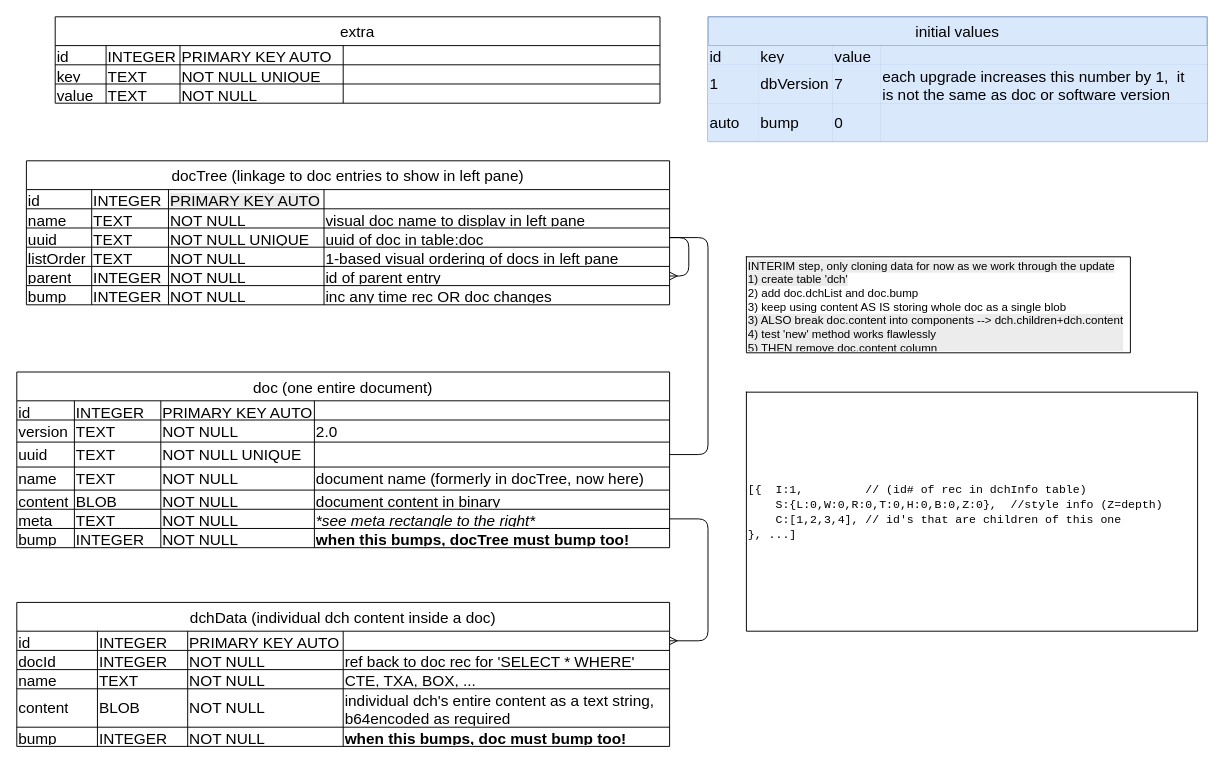
Above: extra/docs/Database_backend-V0006-0007(interim).drawio in Malendryn/JotLiner (draw.io), before the change. Source tidied: cells renumbered, new cells numbered last; positions are measured from the earlier drawing's top-left corner, leaving out a move shared by most shapes. Both pictures are drawn from the tidied source at 96%, with x=0, y=0 at pixel (16, 16).
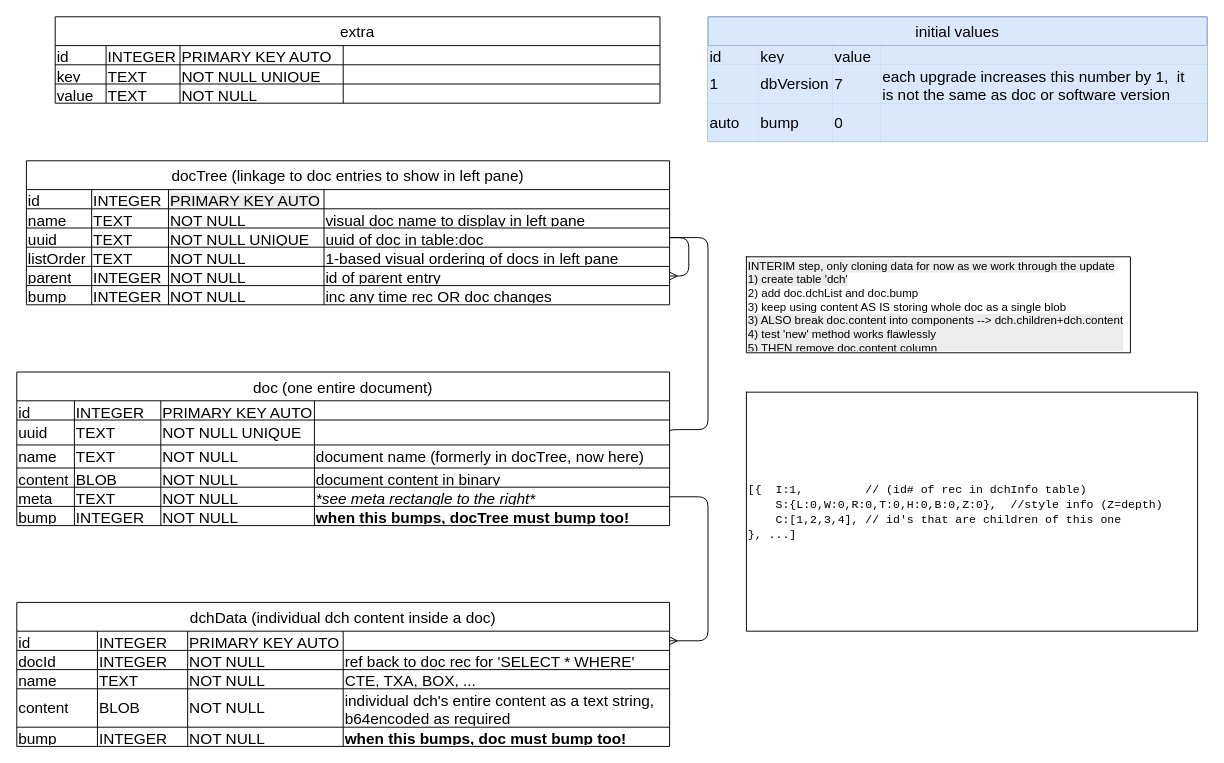
The same diagram, later.

Commit message (it also covers changes not shown here):
dropped column 'version' from doc table

Unchanged cells that the change refers to:
```xml
<mxCell id="65" style="shape=tableRow;horizontal=0;startSize=0;swimlaneHead=0;swimlaneBody=0;strokeColor=inherit;top=0;left=0;bottom=0;right=0;fillColor=none;points=[[0,0.5],[1,0.5]];portConstraint=eastwest;fontSize=16;align=left;" parent="54" vertex="1">
  <mxGeometry y="70" width="670" height="20" as="geometry" />
</mxCell>
<mxCell id="103" style="shape=tableRow;horizontal=0;startSize=0;swimlaneHead=0;swimlaneBody=0;strokeColor=inherit;top=0;left=0;bottom=0;right=0;fillColor=none;points=[[0,0.5],[1,0.5]];portConstraint=eastwest;fontSize=16;align=left;" parent="102" vertex="1">
  <mxGeometry y="30" width="680" height="20" as="geometry" />
</mxCell>
```

What changed in the source:
```diff
@@
     <mxCell id="18" value="doc (one entire document)" style="shape=table;startSize=30;childLayout=tableLayout;strokeColor=default;fontSize=16;align=center;" parent="1" vertex="1">
-      <mxGeometry y="370" width="680" height="183" as="geometry" />
+      <mxGeometry y="370" width="680" height="160" as="geometry" />
     </mxCell>
@@
-    <mxCell id="24" style="shape=tableRow;horizontal=0;startSize=0;swimlaneHead=0;swimlaneBody=0;strokeColor=inherit;top=0;left=0;bottom=0;right=0;fillColor=none;fontSize=16;align=left;" parent="18" vertex="1">
-      <mxGeometry y="50" width="680" height="23" as="geometry" />
-    </mxCell>
-    <mxCell id="25" value="version" style="shape=partialRectangle;html=1;strokeColor=inherit;overflow=hidden;fillColor=none;top=0;left=0;bottom=0;right=0;fontSize=16;text-align:right;align=left;" parent="24" vertex="1">
-      <mxGeometry width="60" height="23" as="geometry" />
-    </mxCell>
-    <mxCell id="26" value="TEXT" style="shape=partialRectangle;html=1;strokeColor=inherit;overflow=hidden;fillColor=none;top=0;left=0;bottom=0;right=0;fontSize=16;align=left;" parent="24" vertex="1">
-      <mxGeometry x="60" width="90" height="23" as="geometry" />
-    </mxCell>
-    <mxCell id="27" value="NOT NULL" style="shape=partialRectangle;html=1;strokeColor=inherit;overflow=hidden;fillColor=none;top=0;left=0;bottom=0;right=0;fontSize=16;align=left;" parent="24" vertex="1">
-      <mxGeometry x="150" width="160" height="23" as="geometry" />
-    </mxCell>
-    <mxCell id="28" value="2.0" style="shape=partialRectangle;html=1;strokeColor=inherit;overflow=hidden;fillColor=none;top=0;left=0;bottom=0;right=0;fontSize=16;align=left;" parent="24" vertex="1">
-      <mxGeometry x="310" width="370" height="23" as="geometry" />
-    </mxCell>
     <mxCell id="29" style="shape=tableRow;horizontal=0;startSize=0;swimlaneHead=0;swimlaneBody=0;strokeColor=inherit;top=0;left=0;bottom=0;right=0;fillColor=none;points=[[0,0.5],[1,0.5]];portConstraint=eastwest;fontSize=16;align=left;" parent="18" vertex="1">
-      <mxGeometry y="73" width="680" height="26" as="geometry" />
+      <mxGeometry y="50" width="680" height="26" as="geometry" />
     </mxCell>
@@
     <mxCell id="34" style="shape=tableRow;horizontal=0;startSize=0;swimlaneHead=0;swimlaneBody=0;strokeColor=inherit;top=0;left=0;bottom=0;right=0;fillColor=none;fontSize=16;align=left;" parent="18" vertex="1">
-      <mxGeometry y="99" width="680" height="24" as="geometry" />
+      <mxGeometry y="76" width="680" height="24" as="geometry" />
     </mxCell>
@@
     <mxCell id="39" style="shape=tableRow;horizontal=0;startSize=0;swimlaneHead=0;swimlaneBody=0;strokeColor=inherit;top=0;left=0;bottom=0;right=0;fillColor=none;fontSize=16;align=left;" parent="18" vertex="1">
-      <mxGeometry y="123" width="680" height="20" as="geometry" />
+      <mxGeometry y="100" width="680" height="20" as="geometry" />
     </mxCell>
@@
     <mxCell id="44" style="shape=tableRow;horizontal=0;startSize=0;swimlaneHead=0;swimlaneBody=0;strokeColor=inherit;top=0;left=0;bottom=0;right=0;fillColor=none;points=[[0,0.5],[1,0.5]];portConstraint=eastwest;fontSize=16;align=left;" parent="18" vertex="1">
-      <mxGeometry y="143" width="680" height="20" as="geometry" />
+      <mxGeometry y="120" width="680" height="20" as="geometry" />
     </mxCell>
@@
     <mxCell id="49" style="shape=tableRow;horizontal=0;startSize=0;swimlaneHead=0;swimlaneBody=0;strokeColor=inherit;top=0;left=0;bottom=0;right=0;fillColor=none;fontSize=16;align=left;" parent="18" vertex="1">
-      <mxGeometry y="163" width="680" height="20" as="geometry" />
+      <mxGeometry y="140" width="680" height="20" as="geometry" />
     </mxCell>
@@
     <mxCell id="129" style="edgeStyle=orthogonalEdgeStyle;rounded=1;jettySize=auto;html=1;exitX=1;exitY=0.5;exitDx=0;exitDy=0;entryX=1;entryY=0.5;entryDx=0;entryDy=0;startArrow=none;startFill=0;endArrow=none;endFill=0;curved=0;" parent="1" edge="1" source="29" target="65">
       <mxGeometry relative="1" as="geometry">
         <Array as="points">
-          <mxPoint x="720" y="456" />
+          <mxPoint x="680" y="430" />
+          <mxPoint x="720" y="430" />
           <mxPoint x="720" y="230" />
         </Array>
       </mxGeometry>
     </mxCell>
     <mxCell id="130" style="edgeStyle=orthogonalEdgeStyle;rounded=1;jettySize=auto;html=1;exitX=1;exitY=0.5;exitDx=0;exitDy=0;entryX=1;entryY=0.5;entryDx=0;entryDy=0;startArrow=none;startFill=0;endArrow=ERmany;endFill=0;curved=0;" parent="1" edge="1" source="44" target="103">
       <mxGeometry relative="1" as="geometry">
         <Array as="points">
-          <mxPoint x="720" y="523" />
+          <mxPoint x="720" y="500" />
           <mxPoint x="720" y="650" />
         </Array>
       </mxGeometry>
     </mxCell>
```
